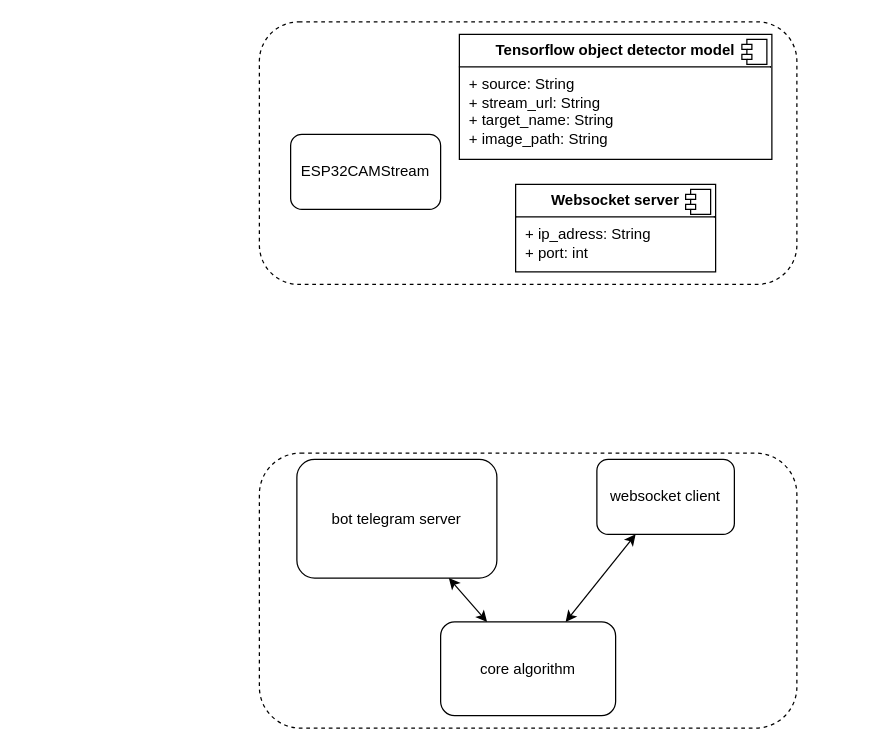
The draw.io diagram code/Module_analyse_image/architecture_logiciel.drawio in JonaBacho/sight-eyes, before the edit. Source tidied: cells renumbered, new cells numbered last; positions are measured from the earlier drawing's top-left corner, leaving out a move shared by most shapes. Both pictures are drawn from the tidied source at 125%, with x=0, y=0 at pixel (259, 21).
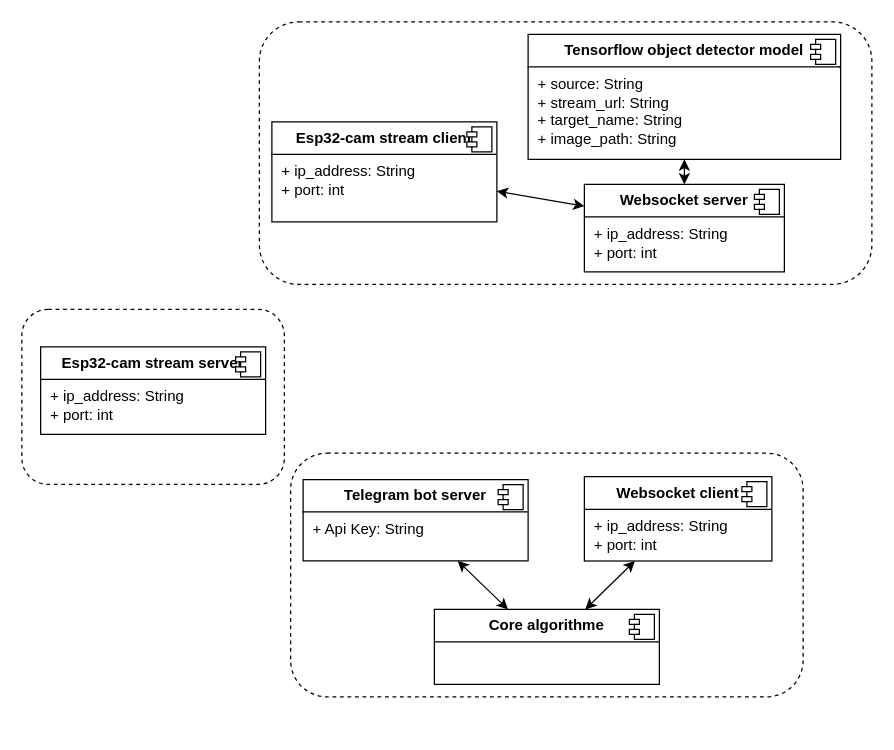
Above is the later version.

Commit message (it also covers changes not shown here):
Mettre à jour architecture_logiciel.drawio

Diff of the diagram source:
```diff
@@
     <mxCell id="2" style="rounded=1;whiteSpace=wrap;html=1;dashed=1;" parent="1" vertex="1">
-      <mxGeometry y="345" width="430" height="220" as="geometry" />
+      <mxGeometry x="25" y="345" width="410" height="195" as="geometry" />
     </mxCell>
-    <mxCell id="3" value="bot telegram server" style="rounded=1;whiteSpace=wrap;html=1;" parent="1" vertex="1">
-      <mxGeometry x="30" y="350" width="160" height="95" as="geometry" />
-    </mxCell>
-    <mxCell id="4" value="websocket client" style="rounded=1;whiteSpace=wrap;html=1;" parent="1" vertex="1">
-      <mxGeometry x="270" y="350" width="110" height="60" as="geometry" />
-    </mxCell>
-    <mxCell id="5" value="core algorithm" style="rounded=1;whiteSpace=wrap;html=1;" parent="1" vertex="1">
-      <mxGeometry x="145" y="480" width="140" height="75" as="geometry" />
-    </mxCell>
-    <mxCell id="6" style="endArrow=classic;startArrow=classic;html=1;rounded=0;" parent="1" edge="1" source="5" target="3">
+    <mxCell id="6" style="endArrow=classic;startArrow=classic;html=1;rounded=0;" parent="1" edge="1" source="20" target="18">
       <mxGeometry relative="1" as="geometry" />
     </mxCell>
-    <mxCell id="7" style="endArrow=classic;startArrow=classic;html=1;rounded=0;" parent="1" edge="1" source="5" target="4">
+    <mxCell id="7" style="endArrow=classic;startArrow=classic;html=1;rounded=0;" parent="1" edge="1" source="20" target="16">
       <mxGeometry relative="1" as="geometry" />
     </mxCell>
     <mxCell id="8" style="rounded=1;whiteSpace=wrap;html=1;dashed=1;" parent="1" vertex="1">
-      <mxGeometry width="430" height="210" as="geometry" />
+      <mxGeometry width="490" height="210" as="geometry" />
     </mxCell>
-    <mxCell id="9" value="ESP32CAMStream" style="rounded=1;whiteSpace=wrap;html=1;" parent="1" vertex="1">
-      <mxGeometry x="25" y="90" width="120" height="60" as="geometry" />
-    </mxCell>
-    <mxCell id="10" value="&lt;p style=&quot;margin:0px;margin-top:6px;text-align:center;&quot;&gt;&lt;b&gt;Websocket server&lt;/b&gt;&lt;/p&gt;&lt;hr size=&quot;1&quot; style=&quot;border-style:solid;&quot;&gt;&lt;p style=&quot;margin:0px;margin-left:8px;&quot;&gt;+ ip_adress: String&lt;br&gt;+ port: int&lt;/p&gt;" style="align=left;overflow=fill;html=1;whiteSpace=wrap;" parent="1" vertex="1">
-      <mxGeometry x="205" y="130" width="160" height="70" as="geometry" />
+    <mxCell id="10" value="&lt;p style=&quot;margin:0px;margin-top:6px;text-align:center;&quot;&gt;&lt;b&gt;Websocket server&lt;/b&gt;&lt;/p&gt;&lt;hr size=&quot;1&quot; style=&quot;border-style:solid;&quot;&gt;&lt;p style=&quot;margin:0px;margin-left:8px;&quot;&gt;+ ip_address: String&lt;br&gt;+ port: int&lt;/p&gt;" style="align=left;overflow=fill;html=1;whiteSpace=wrap;" parent="1" vertex="1">
+      <mxGeometry x="260" y="130" width="160" height="70" as="geometry" />
     </mxCell>
@@
     <mxCell id="12" value="&lt;p style=&quot;margin:0px;margin-top:6px;text-align:center;&quot;&gt;&lt;b&gt;Tensorflow object detector model&lt;/b&gt;&lt;/p&gt;&lt;hr size=&quot;1&quot; style=&quot;border-style:solid;&quot;&gt;&lt;p style=&quot;margin:0px;margin-left:8px;&quot;&gt;+ source: String&lt;br&gt;+ stream_url: String&lt;/p&gt;&lt;p style=&quot;margin:0px;margin-left:8px;&quot;&gt;+ target_name: String&lt;/p&gt;&lt;p style=&quot;margin:0px;margin-left:8px;&quot;&gt;+ image_path: String&lt;/p&gt;" style="align=left;overflow=fill;html=1;whiteSpace=wrap;" parent="1" vertex="1">
-      <mxGeometry x="160" y="10" width="250" height="100" as="geometry" />
+      <mxGeometry x="215" y="10" width="250" height="100" as="geometry" />
     </mxCell>
@@
+    <mxCell id="14" value="&lt;p style=&quot;margin:0px;margin-top:6px;text-align:center;&quot;&gt;&lt;b&gt;Esp32-cam stream client&lt;/b&gt;&lt;/p&gt;&lt;hr size=&quot;1&quot; style=&quot;border-style:solid;&quot;&gt;&lt;p style=&quot;margin:0px;margin-left:8px;&quot;&gt;+ ip_address: String&lt;br&gt;+ port: int&lt;/p&gt;" style="align=left;overflow=fill;html=1;whiteSpace=wrap;" parent="1" vertex="1">
+      <mxGeometry x="10" y="80" width="180" height="80" as="geometry" />
+    </mxCell>
+    <mxCell id="15" style="shape=component;jettyWidth=8;jettyHeight=4;" parent="14" vertex="1">
+      <mxGeometry x="1" width="20" height="20" relative="1" as="geometry">
+        <mxPoint x="-24" y="4" as="offset" />
+      </mxGeometry>
+    </mxCell>
+    <mxCell id="16" value="&lt;p style=&quot;margin:0px;margin-top:6px;text-align:center;&quot;&gt;&lt;b&gt;Websocket client&lt;/b&gt;&lt;/p&gt;&lt;hr size=&quot;1&quot; style=&quot;border-style:solid;&quot;&gt;&lt;p style=&quot;margin:0px;margin-left:8px;&quot;&gt;+ ip_address: String&lt;br&gt;+ port: int&lt;/p&gt;" style="align=left;overflow=fill;html=1;whiteSpace=wrap;" parent="1" vertex="1">
+      <mxGeometry x="260" y="363.8" width="150" height="67.5" as="geometry" />
+    </mxCell>
+    <mxCell id="17" style="shape=component;jettyWidth=8;jettyHeight=4;" parent="16" vertex="1">
+      <mxGeometry x="1" width="20" height="20" relative="1" as="geometry">
+        <mxPoint x="-24" y="4" as="offset" />
+      </mxGeometry>
+    </mxCell>
+    <mxCell id="18" value="&lt;p style=&quot;margin:0px;margin-top:6px;text-align:center;&quot;&gt;&lt;b&gt;Telegram bot server&lt;/b&gt;&lt;/p&gt;&lt;hr size=&quot;1&quot; style=&quot;border-style:solid;&quot;&gt;&lt;p style=&quot;margin:0px;margin-left:8px;&quot;&gt;+ Api Key: String&lt;br&gt;&lt;/p&gt;" style="align=left;overflow=fill;html=1;whiteSpace=wrap;" parent="1" vertex="1">
+      <mxGeometry x="35" y="366.2" width="180" height="65" as="geometry" />
+    </mxCell>
+    <mxCell id="19" style="shape=component;jettyWidth=8;jettyHeight=4;" parent="18" vertex="1">
+      <mxGeometry x="1" width="20" height="20" relative="1" as="geometry">
+        <mxPoint x="-24" y="4" as="offset" />
+      </mxGeometry>
+    </mxCell>
+    <mxCell id="20" value="&lt;p style=&quot;margin:0px;margin-top:6px;text-align:center;&quot;&gt;&lt;b&gt;Core algorithme&lt;/b&gt;&lt;/p&gt;&lt;hr size=&quot;1&quot; style=&quot;border-style:solid;&quot;&gt;&lt;p style=&quot;margin:0px;margin-left:8px;&quot;&gt;&lt;br&gt;&lt;br&gt;&lt;/p&gt;" style="align=left;overflow=fill;html=1;whiteSpace=wrap;" parent="1" vertex="1">
+      <mxGeometry x="140" y="470" width="180" height="60" as="geometry" />
+    </mxCell>
+    <mxCell id="21" style="shape=component;jettyWidth=8;jettyHeight=4;" parent="20" vertex="1">
+      <mxGeometry x="1" width="20" height="20" relative="1" as="geometry">
+        <mxPoint x="-24" y="4" as="offset" />
+      </mxGeometry>
+    </mxCell>
+    <mxCell id="22" style="endArrow=classic;startArrow=classic;html=1;rounded=0;exitX=0;exitY=0.25;exitDx=0;exitDy=0;" parent="1" edge="1" source="10" target="14">
+      <mxGeometry relative="1" as="geometry" />
+    </mxCell>
+    <mxCell id="23" style="endArrow=classic;startArrow=classic;html=1;rounded=0;" parent="1" edge="1" source="10" target="12">
+      <mxGeometry relative="1" as="geometry" />
+    </mxCell>
+    <mxCell id="24" style="rounded=1;whiteSpace=wrap;html=1;dashed=1;" parent="1" vertex="1">
+      <mxGeometry x="-190" y="230" width="210" height="140" as="geometry" />
+    </mxCell>
+    <mxCell id="25" value="&lt;p style=&quot;margin:0px;margin-top:6px;text-align:center;&quot;&gt;&lt;b&gt;Esp32-cam stream server&lt;/b&gt;&lt;/p&gt;&lt;hr size=&quot;1&quot; style=&quot;border-style:solid;&quot;&gt;&lt;p style=&quot;margin:0px;margin-left:8px;&quot;&gt;+ ip_address: String&lt;br&gt;+ port: int&lt;span style=&quot;background-color: transparent; color: light-dark(rgb(0, 0, 0), rgb(255, 255, 255));&quot;&gt;&amp;nbsp;&lt;/span&gt;&lt;/p&gt;" style="align=left;overflow=fill;html=1;whiteSpace=wrap;" parent="1" vertex="1">
+      <mxGeometry x="-175" y="260" width="180" height="70" as="geometry" />
+    </mxCell>
+    <mxCell id="26" style="shape=component;jettyWidth=8;jettyHeight=4;" parent="25" vertex="1">
+      <mxGeometry x="1" width="20" height="20" relative="1" as="geometry">
+        <mxPoint x="-24" y="4" as="offset" />
+      </mxGeometry>
+    </mxCell>
```
